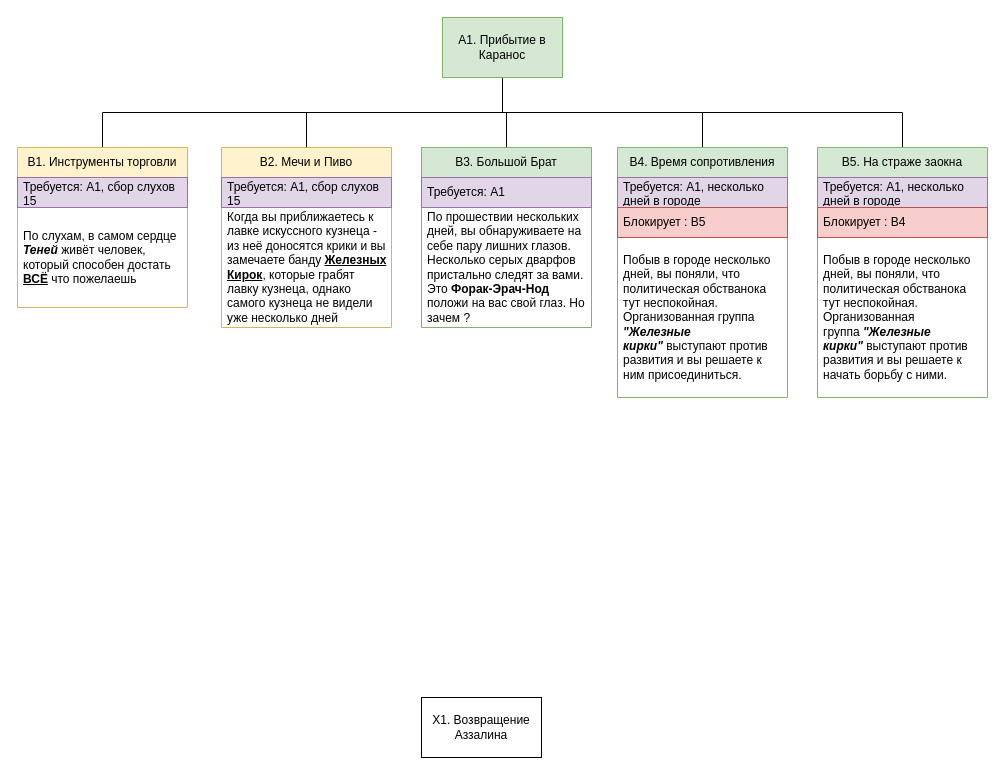
Earlier version of the draw.io diagram Files/План_АКТ4.drawio (G4CHIM4STER/ObsidianVault). Source tidied: cells renumbered, new cells numbered last; positions are measured from the earlier drawing's top-left corner, leaving out a move shared by most shapes. Both pictures are drawn from the tidied source at 100%, with x=0, y=0 at pixel (17, 17).
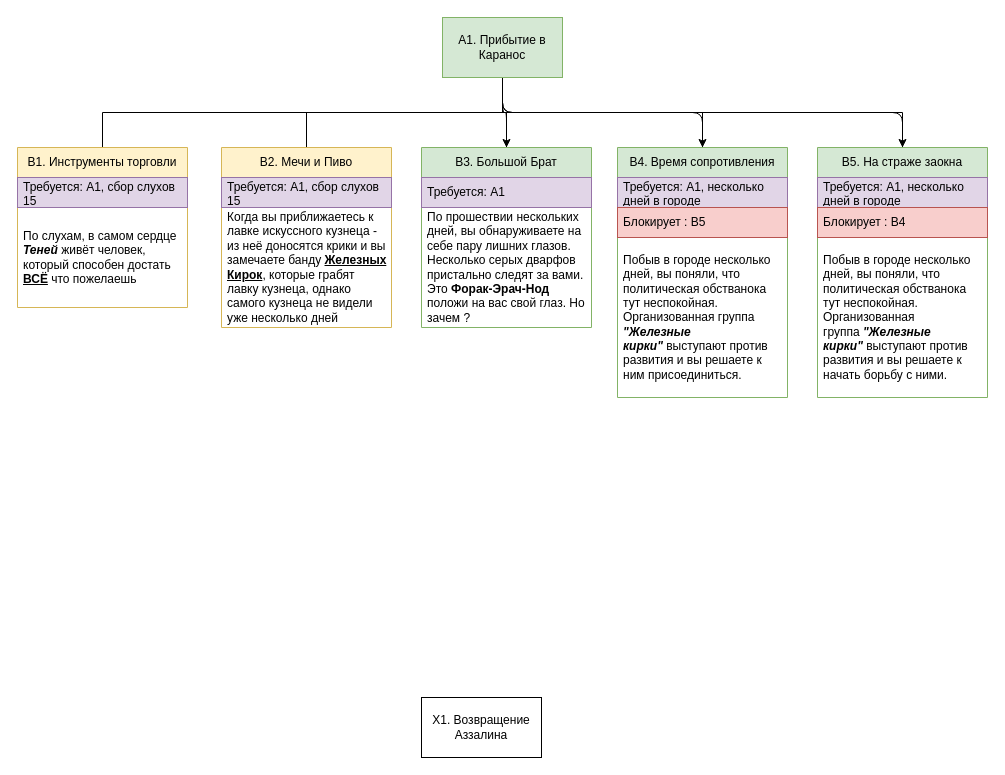
The same diagram, later.

Unchanged cells that the change refers to:
```xml
<mxCell id="7" value="А1. Прибытие в Каранос" style="rounded=0;whiteSpace=wrap;html=1;fillColor=#d5e8d4;strokeColor=#82b366;" parent="1" vertex="1">
  <mxGeometry x="425" width="120" height="60" as="geometry" />
</mxCell>
<mxCell id="15" value="В3. Большой Брат" style="swimlane;fontStyle=0;horizontal=1;startSize=30;whiteSpace=wrap;html=1;fillColor=#d5e8d4;strokeColor=#82b366;" parent="1" vertex="1">
  <mxGeometry x="404" y="130" width="170" height="180" as="geometry" />
</mxCell>
<mxCell id="18" value="В4. Время сопротивления" style="swimlane;fontStyle=0;horizontal=1;startSize=30;whiteSpace=wrap;html=1;fillColor=#d5e8d4;strokeColor=#82b366;" parent="1" vertex="1">
  <mxGeometry x="600" y="130" width="170" height="250" as="geometry" />
</mxCell>
<mxCell id="22" value="В5. На страже заокна" style="swimlane;fontStyle=0;horizontal=1;startSize=30;whiteSpace=wrap;html=1;fillColor=#d5e8d4;strokeColor=#82b366;" parent="1" vertex="1">
  <mxGeometry x="800" y="130" width="170" height="250" as="geometry" />
</mxCell>
```

Change to the diagram source:
```diff
@@
+    <mxCell id="26" style="edgeStyle=orthogonalEdgeStyle;html=1;exitX=0.5;exitY=1;exitDx=0;exitDy=0;entryX=0.5;entryY=0;entryDx=0;entryDy=0;" parent="1" edge="1" source="7" target="18">
+      <mxGeometry relative="1" as="geometry" />
+    </mxCell>
+    <mxCell id="27" style="edgeStyle=orthogonalEdgeStyle;html=1;exitX=0.5;exitY=1;exitDx=0;exitDy=0;entryX=0.5;entryY=0;entryDx=0;entryDy=0;" parent="1" edge="1" source="7" target="22">
+      <mxGeometry relative="1" as="geometry" />
+    </mxCell>
+    <mxCell id="28" style="edgeStyle=orthogonalEdgeStyle;html=1;exitX=0.5;exitY=1;exitDx=0;exitDy=0;" parent="1" edge="1" source="7" target="15">
+      <mxGeometry relative="1" as="geometry" />
+    </mxCell>
```
